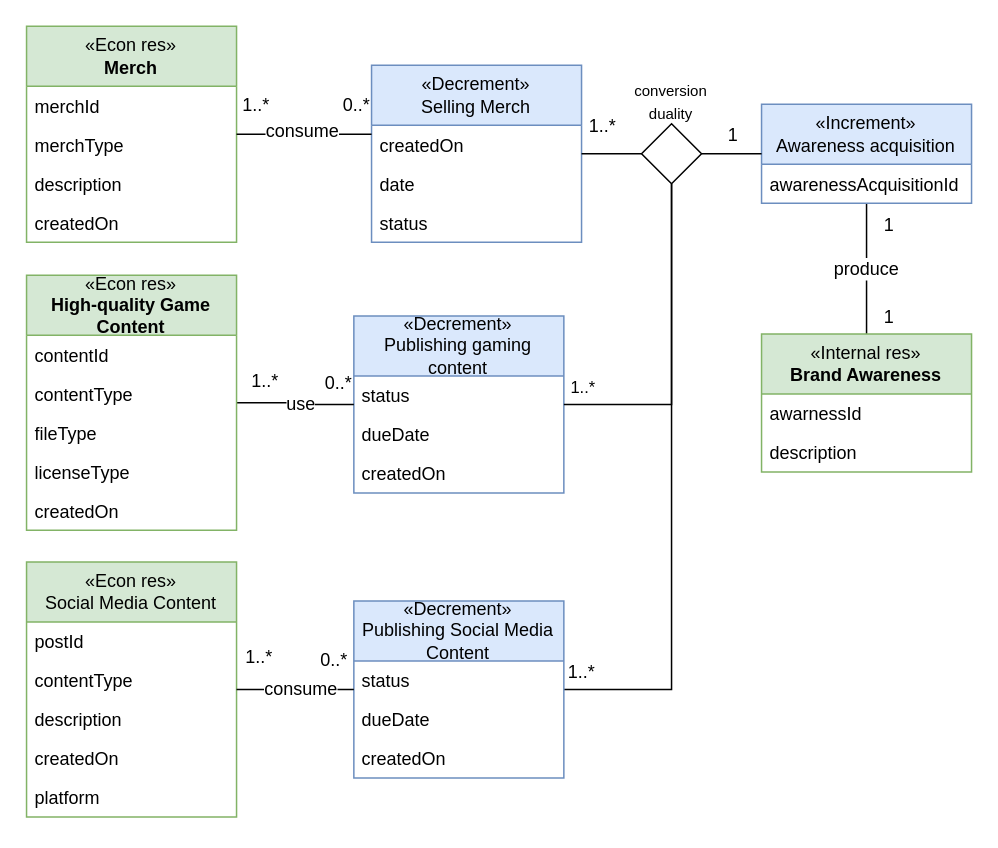
Above: page "Brand Awareness Conversion" (9 of 13) of media/IS1_Project_REA.drawio in tudwiglemmel/Neigh-Corp---Golden-Meadows (draw.io), before the change. Source tidied: cells renumbered, new cells numbered last; positions are measured from the earlier drawing's top-left corner, leaving out a move shared by most shapes. Both pictures are drawn from the tidied source at 150%, with x=0, y=0 at pixel (26, 26).
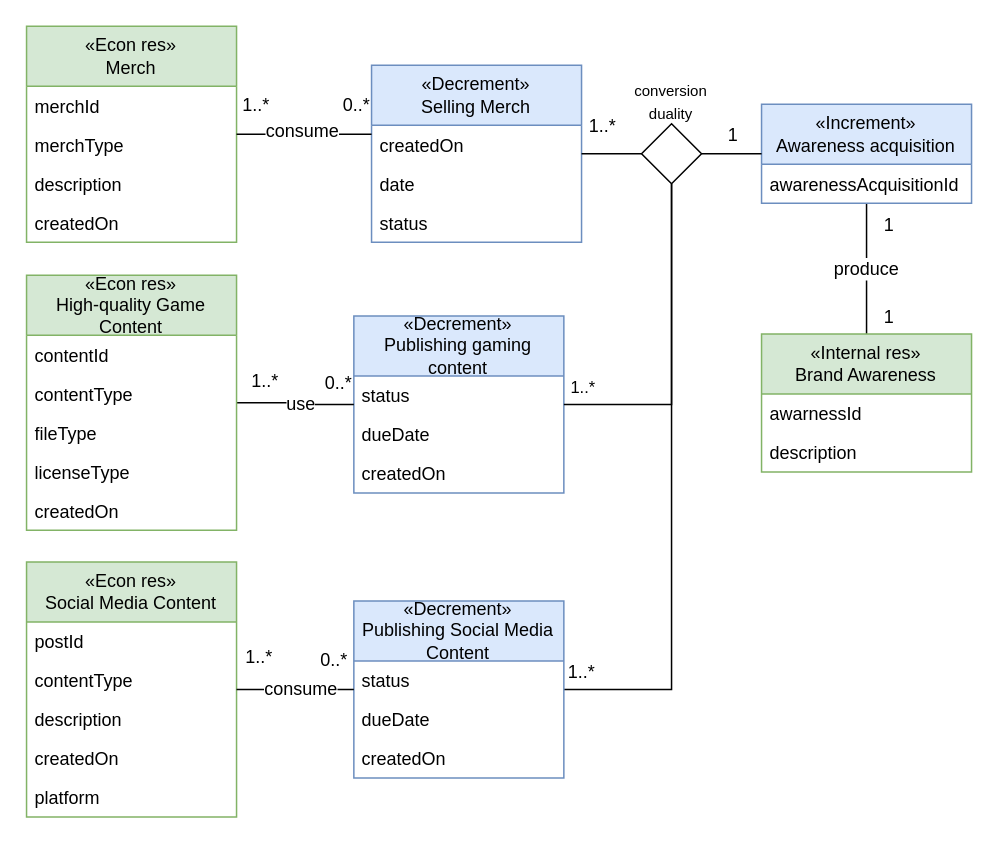
The same diagram, later.

Diff of the diagram source:
```diff
@@
-    <mxCell id="10" value="«Econ res»&lt;div&gt;&lt;b&gt;Merch&lt;/b&gt;&lt;/div&gt;" style="rounded=0;whiteSpace=wrap;html=1;shape=swimlane;fontStyle=0;startSize=40;horizontal=1;fillColor=#d5e8d4;strokeColor=#82b366;" parent="1" vertex="1">
+    <mxCell id="10" value="«Econ res»&lt;br&gt;Merch" style="rounded=0;whiteSpace=wrap;html=1;shape=swimlane;fontStyle=0;startSize=40;horizontal=1;fillColor=#d5e8d4;strokeColor=#82b366;" parent="1" vertex="1">
       <mxGeometry x="0.2" width="140" height="144" as="geometry" />
     </mxCell>
@@
-    <mxCell id="25" value="«Internal res»&lt;div&gt;&lt;b&gt;Brand Awareness&lt;/b&gt;&lt;/div&gt;" style="rounded=0;whiteSpace=wrap;html=1;shape=swimlane;fontStyle=0;startSize=40;horizontal=1;fillColor=#d5e8d4;strokeColor=#82b366;" parent="1" vertex="1">
+    <mxCell id="25" value="«Internal res»&lt;br&gt;Brand Awareness" style="rounded=0;whiteSpace=wrap;html=1;shape=swimlane;fontStyle=0;startSize=40;horizontal=1;fillColor=#d5e8d4;strokeColor=#82b366;" parent="1" vertex="1">
       <mxGeometry x="490.2" y="205.1" width="140" height="92" as="geometry" />
     </mxCell>
@@
-    <mxCell id="38" value="«Econ res»&lt;div&gt;&lt;b&gt;High-quality Game Content&lt;/b&gt;&lt;/div&gt;" style="rounded=0;whiteSpace=wrap;html=1;shape=swimlane;fontStyle=0;startSize=40;horizontal=1;fillColor=#d5e8d4;strokeColor=#82b366;" parent="1" vertex="1">
+    <mxCell id="38" value="«Econ res»&lt;br&gt;High-quality Game Content" style="rounded=0;whiteSpace=wrap;html=1;shape=swimlane;fontStyle=0;startSize=40;horizontal=1;fillColor=#d5e8d4;strokeColor=#82b366;" parent="1" vertex="1">
       <mxGeometry x="0.2" y="166" width="140" height="170" as="geometry" />
     </mxCell>
```
